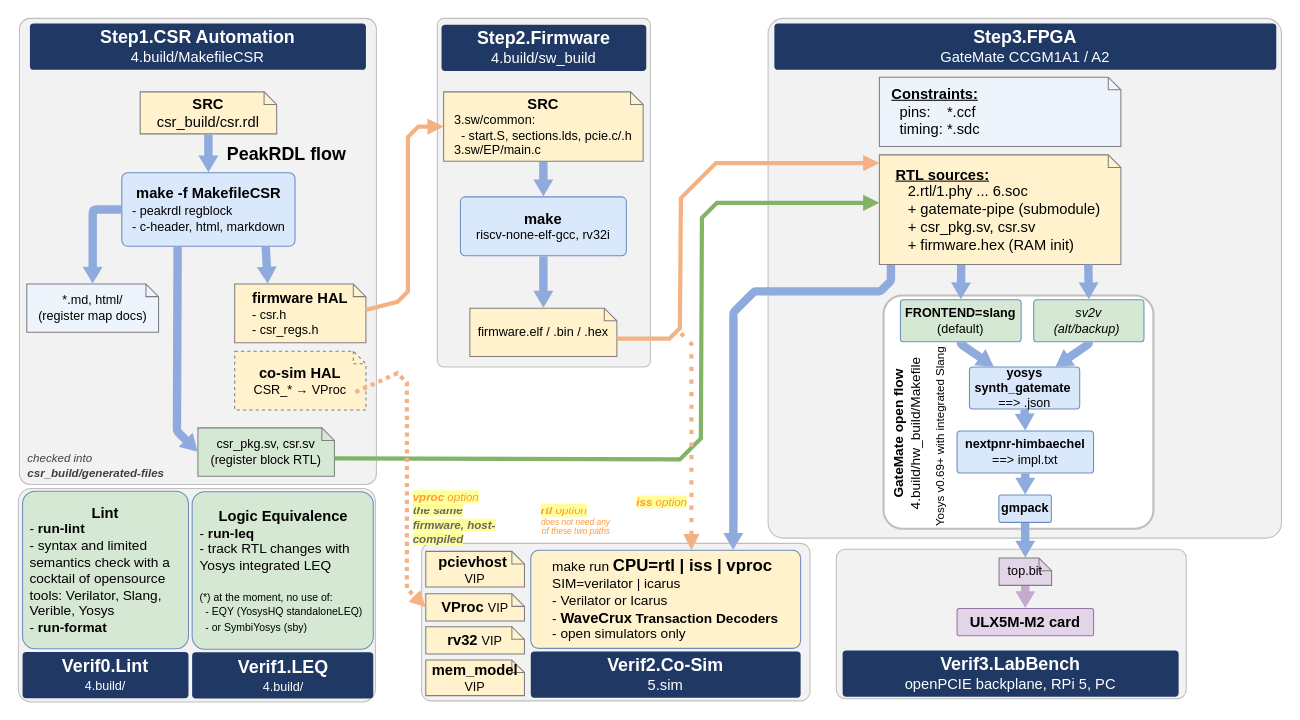
This is 0.doc/4.build/build-flow.drawio from chili-chips-ba/openCologne-PCIE, a draw.io file, before an edit. Source tidied: cells renumbered, new cells numbered last; positions are measured from the earlier drawing's top-left corner, leaving out a move shared by most shapes. Both pictures are drawn from the tidied source at 105%, with x=0, y=0 at pixel (18, 18).
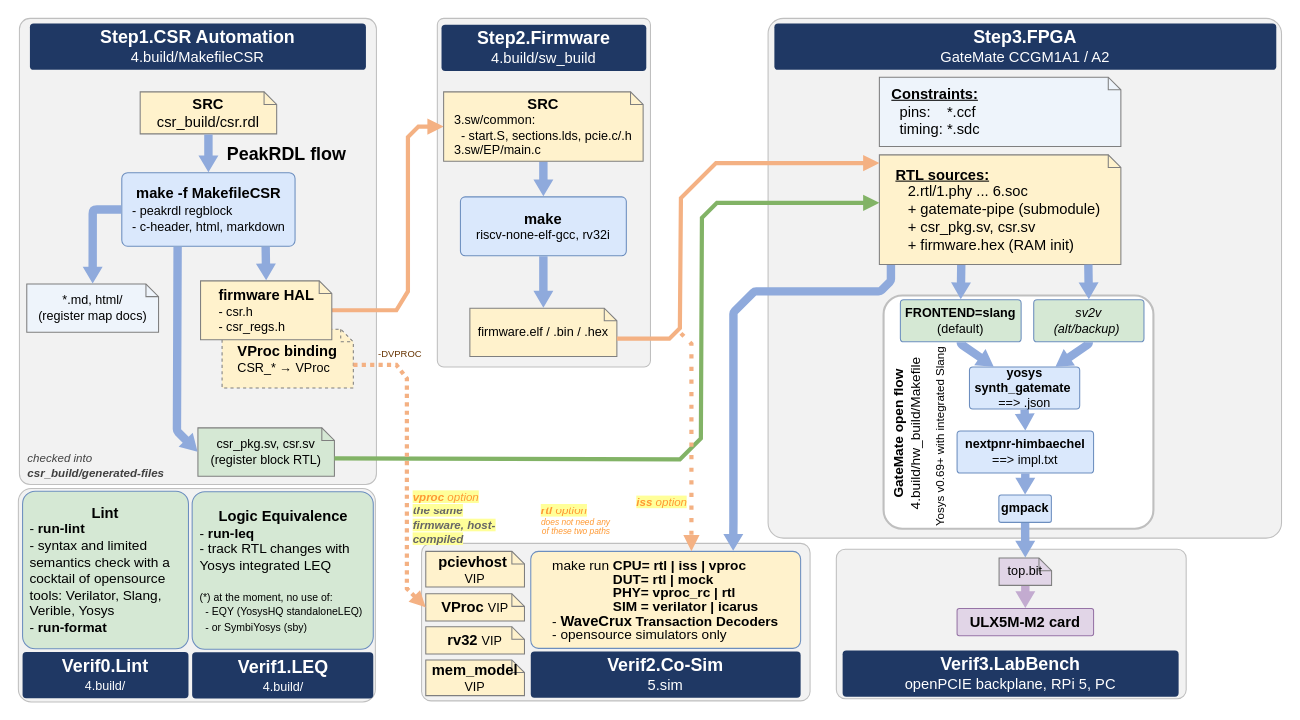
The same diagram, later.

Commit message (it also covers changes not shown here):
build flow updates, to pickup goodies from openPCIE

Unchanged cells that the change refers to:
```xml
<mxCell id="7" value="&lt;font style=&quot;font-size: 14px;&quot;&gt;&lt;b style=&quot;&quot;&gt;make -f MakefileCSR&lt;/b&gt;&lt;br&gt;&lt;div style=&quot;text-align: left;&quot;&gt;&lt;span style=&quot;background-color: transparent; color: light-dark(rgb(0, 0, 0), rgb(237, 237, 237)); font-size: 12px;&quot;&gt;- peakrdl regblock&lt;/span&gt;&lt;/div&gt;&lt;/font&gt;&lt;div&gt;&lt;div style=&quot;text-align: left;&quot;&gt;&lt;span style=&quot;background-color: transparent; color: light-dark(rgb(0, 0, 0), rgb(237, 237, 237));&quot;&gt;- c-header, html, markdown&lt;/span&gt;&lt;/div&gt;&lt;/div&gt;" style="rounded=1;whiteSpace=wrap;html=1;arcSize=8;fillColor=#dae8fc;strokeColor=#6c8ebf;fontColor=#000000;fontSize=12;fontStyle=0;align=center;verticalAlign=middle;spacingLeft=6;spacingRight=6;points=[[0,0,1,0,0],[0,0.25,1,0,0],[0,0.5,1,0,0],[0,0.75,1,0,0],[0,1,1,0,0],[0.193939,1,0,0,0],[0.25,0,1,0,0],[0.322222,1,0,0,0],[0.5,0,1,0,0],[0.75,0,1,0,0],[0.830303,1,0,0,0],[1,0,1,0,0],[1,0.25,1,0,0],[1,0.5,1,0,0],[1,0.75,1,0,0],[1,1,1,0,0]];" parent="1" vertex="1">
  <mxGeometry x="98.5" y="147" width="165" height="70" as="geometry" />
</mxCell>
<mxCell id="48" value="&lt;div&gt;&lt;b style=&quot;font-size: 14px;&quot;&gt;SRC&lt;/b&gt;&lt;/div&gt;&lt;div style=&quot;text-align: left;&quot;&gt;&lt;span style=&quot;background-color: transparent; color: light-dark(rgb(0, 0, 0), rgb(237, 237, 237));&quot;&gt;3.sw/common:&lt;/span&gt;&lt;/div&gt;&lt;div&gt;&lt;div style=&quot;text-align: left;&quot;&gt;&lt;span style=&quot;background-color: transparent; color: light-dark(rgb(0, 0, 0), rgb(237, 237, 237));&quot;&gt;&amp;nbsp; - start.S, sections.lds, pcie.c/.h&lt;/span&gt;&lt;/div&gt;&lt;div style=&quot;text-align: left;&quot;&gt;&lt;span style=&quot;background-color: transparent; color: light-dark(rgb(0, 0, 0), rgb(237, 237, 237));&quot;&gt;3.sw/EP/main.c&lt;/span&gt;&lt;/div&gt;&lt;/div&gt;" style="rounded=0;whiteSpace=wrap;html=1;arcSize=8;fillColor=#fff2cc;strokeColor=#7f7f7f;fontColor=#000000;fontSize=12;fontStyle=0;align=center;verticalAlign=middle;spacingLeft=6;spacingRight=6;shape=note;size=12;" parent="1" vertex="1">
  <mxGeometry x="405" y="70" width="190" height="66" as="geometry" />
</mxCell>
<mxCell id="56" value="&lt;b&gt;&lt;font style=&quot;font-size: 14px;&quot;&gt;VProc&amp;nbsp;&lt;/font&gt;&lt;/b&gt;VIP" style="rounded=0;whiteSpace=wrap;html=1;arcSize=8;fillColor=#fff2cc;strokeColor=#7f7f7f;fontColor=#000000;fontSize=12;fontStyle=0;align=center;verticalAlign=middle;spacingLeft=6;spacingRight=6;shape=note;size=12;" parent="1" vertex="1">
  <mxGeometry x="388" y="548" width="94" height="26" as="geometry" />
</mxCell>
```

Change to the diagram source:
```diff
@@
-    <mxCell id="10" value="&lt;div&gt;&lt;b style=&quot;background-color: transparent; color: light-dark(rgb(0, 0, 0), rgb(237, 237, 237));&quot;&gt;&lt;font style=&quot;font-size: 14px;&quot;&gt;firmware HAL&lt;/font&gt;&lt;/b&gt;&lt;/div&gt;&lt;div style=&quot;text-align: left;&quot;&gt;&lt;span style=&quot;background-color: transparent; color: light-dark(rgb(0, 0, 0), rgb(237, 237, 237));&quot;&gt;- csr.h&lt;/span&gt;&lt;/div&gt;&lt;div style=&quot;text-align: left;&quot;&gt;&lt;span style=&quot;background-color: transparent; color: light-dark(rgb(0, 0, 0), rgb(237, 237, 237));&quot;&gt;- csr_regs.h&lt;/span&gt;&lt;/div&gt;" style="rounded=0;whiteSpace=wrap;html=1;arcSize=8;fillColor=#fff2cc;strokeColor=#7f7f7f;fontColor=#000000;fontSize=12;fontStyle=0;align=center;verticalAlign=middle;spacingLeft=6;spacingRight=6;shape=note;size=12;points=[[0,0,0,0,0],[0,0,0,103,0],[0,0,0,109,6],[0,0,0,115,12],[0,0.5,0,0,0],[0,1,0,0,0],[0.252174,0,0,0,0],[0.5,0,0,0,0],[0.5,1,0,0,0],[1,0.5,0,0,0],[1,1,0,0,0]];" parent="1" vertex="1">
-      <mxGeometry x="206" y="253" width="125" height="56" as="geometry" />
-    </mxCell>
@@
-    <mxCell id="20" style="html=1;endArrow=block;endSize=5;strokeColor=#f4b183;strokeWidth=4;rounded=0;exitX=0.998;exitY=0.442;exitDx=0;exitDy=0;exitPerimeter=0;entryX=0;entryY=0.5;entryDx=0;entryDy=0;entryPerimeter=0;" parent="1" edge="1" source="10" target="48">
-      <mxGeometry x="-0.36" relative="1" as="geometry">
+    <mxCell id="20" style="html=1;endArrow=block;endSize=5;strokeColor=#f4b183;strokeWidth=4;rounded=0;exitX=1;exitY=0.5;exitDx=0;exitDy=0;exitPerimeter=0;entryX=0;entryY=0.5;entryDx=0;entryDy=0;entryPerimeter=0;" parent="1" edge="1" source="10" target="48">
+      <mxGeometry x="-0.33" relative="1" as="geometry">
         <Array as="points">
-          <mxPoint x="361" y="270" />
+          <mxPoint x="360" y="278" />
           <mxPoint x="371" y="260" />
           <mxPoint x="371" y="113" />
           <mxPoint x="381" y="103" />
         </Array>
       </mxGeometry>
     </mxCell>
@@
-    <mxCell id="40" value="&lt;div style=&quot;text-align: left;&quot;&gt;&lt;span style=&quot;background-color: transparent; color: light-dark(rgb(0, 0, 0), rgb(237, 237, 237));&quot;&gt;&lt;font style=&quot;&quot;&gt;&lt;span style=&quot;font-size: 13px;&quot;&gt;make run &lt;/span&gt;&lt;b style=&quot;&quot;&gt;&lt;font style=&quot;font-size: 16px;&quot;&gt;CPU=rtl | iss | vproc&lt;/font&gt;&lt;/b&gt;&lt;/font&gt;&lt;/span&gt;&lt;/div&gt;&lt;div style=&quot;text-align: left;&quot;&gt;&lt;span style=&quot;background-color: transparent; color: light-dark(rgb(0, 0, 0), rgb(237, 237, 237));&quot;&gt;&lt;font style=&quot;font-size: 13px;&quot;&gt;SIM=verilator | icarus&lt;/font&gt;&lt;/span&gt;&lt;/div&gt;&lt;div style=&quot;text-align: left;&quot;&gt;&lt;span style=&quot;font-size: 13px; background-color: transparent; color: light-dark(rgb(0, 0, 0), rgb(237, 237, 237));&quot;&gt;- Verilator or Icarus&lt;/span&gt;&lt;/div&gt;&lt;div style=&quot;text-align: left;&quot;&gt;&lt;span style=&quot;background-color: transparent; color: light-dark(rgb(0, 0, 0), rgb(237, 237, 237));&quot;&gt;&lt;font style=&quot;&quot;&gt;&lt;span style=&quot;font-size: 13px;&quot;&gt;-&amp;nbsp;&lt;/span&gt;&lt;b style=&quot;&quot;&gt;&lt;font style=&quot;font-size: 14px;&quot;&gt;WaveCrux&lt;/font&gt;&lt;span style=&quot;font-size: 13px;&quot;&gt; Transaction Decoders&lt;/span&gt;&lt;/b&gt;&lt;/font&gt;&lt;/span&gt;&lt;/div&gt;&lt;div style=&quot;text-align: left;&quot;&gt;&lt;span style=&quot;font-size: 13px;&quot;&gt;- open simulators only&lt;/span&gt;&lt;/div&gt;" style="rounded=1;whiteSpace=wrap;html=1;arcSize=8;fillColor=#fff2cc;strokeColor=#6c8ebf;fontColor=#000000;fontSize=12;fontStyle=0;align=center;verticalAlign=middle;spacingLeft=6;spacingRight=6;points=[[0,0,1,0,0],[0,0.25,1,0,0],[0,0.5,1,0,0],[0,0.75,1,0,0],[0,1,1,0,0],[0.217899,0,0,0,0],[0.25,1,1,0,0],[0.5,1,1,0,0],[0.595331,0,0,0,0],[0.75,0,1,0,0],[0.75,1,1,0,0],[1,0,1,0,0],[1,0.25,1,0,0],[1,0.5,1,0,0],[1,0.75,1,0,0],[1,1,1,0,0]];" parent="1" vertex="1">
-      <mxGeometry x="488" y="506.6" width="257" height="93.4" as="geometry" />
+    <mxCell id="40" value="&lt;div style=&quot;line-height: 100%;&quot;&gt;&lt;div style=&quot;text-align: left;&quot;&gt;&lt;span style=&quot;background-color: transparent; color: light-dark(rgb(0, 0, 0), rgb(237, 237, 237));&quot;&gt;&lt;font&gt;&lt;span style=&quot;font-size: 13px; line-height: 100%;&quot;&gt;make run &lt;/span&gt;&lt;b&gt;&lt;font style=&quot;font-size: 13px; line-height: 100%;&quot;&gt;CPU= rtl | iss | vproc&lt;/font&gt;&lt;/b&gt;&lt;/font&gt;&lt;/span&gt;&lt;/div&gt;&lt;div style=&quot;text-align: left;&quot;&gt;&lt;span style=&quot;background-color: transparent; color: light-dark(rgb(0, 0, 0), rgb(237, 237, 237));&quot;&gt;&lt;font style=&quot;font-size: 13px; line-height: 100%;&quot;&gt;&lt;b&gt;&amp;nbsp; &amp;nbsp; &amp;nbsp; &amp;nbsp; &amp;nbsp; &amp;nbsp; &amp;nbsp; &amp;nbsp; DUT= rtl | mock&lt;/b&gt;&lt;/font&gt;&lt;/span&gt;&lt;/div&gt;&lt;div style=&quot;text-align: left;&quot;&gt;&lt;span style=&quot;background-color: transparent; color: light-dark(rgb(0, 0, 0), rgb(237, 237, 237));&quot;&gt;&lt;font style=&quot;font-size: 13px; line-height: 100%;&quot;&gt;&lt;b&gt;&amp;nbsp; &amp;nbsp; &amp;nbsp; &amp;nbsp; &amp;nbsp; &amp;nbsp; &amp;nbsp; &amp;nbsp; PHY= vproc_rc | rtl&lt;/b&gt;&lt;/font&gt;&lt;/span&gt;&lt;/div&gt;&lt;div style=&quot;text-align: left;&quot;&gt;&lt;span style=&quot;background-color: transparent; color: light-dark(rgb(0, 0, 0), rgb(237, 237, 237));&quot;&gt;&lt;font style=&quot;font-size: 13px; line-height: 100%;&quot;&gt;&lt;b&gt;&amp;nbsp; &amp;nbsp; &amp;nbsp; &amp;nbsp; &amp;nbsp; &amp;nbsp; &amp;nbsp; &amp;nbsp; SIM = verilator | icarus&lt;/b&gt;&lt;/font&gt;&lt;/span&gt;&lt;/div&gt;&lt;div style=&quot;text-align: left;&quot;&gt;&lt;span style=&quot;background-color: transparent; color: light-dark(rgb(0, 0, 0), rgb(237, 237, 237)); font-size: 13px; line-height: 100%;&quot;&gt;-&amp;nbsp;&lt;/span&gt;&lt;b style=&quot;background-color: transparent; color: light-dark(rgb(0, 0, 0), rgb(237, 237, 237));&quot;&gt;&lt;font style=&quot;font-size: 14px; line-height: 100%;&quot;&gt;WaveCrux&lt;/font&gt;&lt;span style=&quot;font-size: 13px; line-height: 100%;&quot;&gt; Transaction Decoders&lt;/span&gt;&lt;/b&gt;&lt;/div&gt;&lt;div style=&quot;text-align: left;&quot;&gt;&lt;span style=&quot;font-size: 13px; line-height: 100%;&quot;&gt;- opensource simulators only&lt;/span&gt;&lt;/div&gt;&lt;/div&gt;" style="rounded=1;whiteSpace=wrap;html=1;arcSize=8;fillColor=#fff2cc;strokeColor=#6c8ebf;fontColor=#000000;fontSize=12;fontStyle=0;align=center;verticalAlign=middle;spacingLeft=6;spacingRight=6;points=[[0,0,1,0,0],[0,0.25,1,0,0],[0,0.5,1,0,0],[0,0.75,1,0,0],[0,1,1,0,0],[0.217899,0,0,0,0],[0.25,1,1,0,0],[0.5,1,1,0,0],[0.595331,0,0,0,0],[0.75,0,1,0,0],[0.75,1,1,0,0],[1,0,1,0,0],[1,0.25,1,0,0],[1,0.5,1,0,0],[1,0.75,1,0,0],[1,1,1,0,0]];" parent="1" vertex="1">
+      <mxGeometry x="488" y="507.6" width="257" height="92.4" as="geometry" />
     </mxCell>
@@
-    <mxCell id="45" value="&lt;div&gt;&lt;b&gt;&lt;font style=&quot;font-size: 14px;&quot;&gt;co-sim HAL&lt;/font&gt;&lt;/b&gt;&lt;/div&gt;&lt;div style=&quot;text-align: left;&quot;&gt;CSR_* → VProc&lt;/div&gt;" style="rounded=0;whiteSpace=wrap;html=1;arcSize=8;fillColor=#fff2cc;strokeColor=#7f7f7f;fontColor=#000000;fontSize=12;fontStyle=0;align=center;verticalAlign=middle;spacingLeft=6;spacingRight=6;shape=note;size=12;dashed=1;" parent="1" vertex="1">
-      <mxGeometry x="206" y="317" width="125" height="56" as="geometry" />
+    <mxCell id="45" value="&lt;div&gt;&lt;b&gt;&lt;font style=&quot;font-size: 14px;&quot;&gt;VProc binding&lt;/font&gt;&lt;/b&gt;&lt;/div&gt;&lt;div style=&quot;text-align: left;&quot;&gt;CSR_* → VProc&lt;br&gt;&lt;/div&gt;" style="rounded=0;whiteSpace=wrap;html=1;arcSize=8;fillColor=#fff2cc;strokeColor=#7f7f7f;fontColor=#000000;fontSize=12;fontStyle=0;align=center;verticalAlign=middle;spacingLeft=6;spacingRight=6;shape=note;size=12;dashed=1;" parent="1" vertex="1">
+      <mxGeometry x="194" y="296" width="125" height="56" as="geometry" />
     </mxCell>
@@
-    <mxCell id="65" style="shape=flexArrow;html=1;endArrow=block;endSize=5;startArrow=none;startSize=5;width=8;endWidth=10;startWidth=10;fillColor=#8faadc;strokeColor=none;fontColor=#ffffff;fontSize=13;fontStyle=1;exitX=0.830303;exitY=1;exitDx=0;exitDy=0;exitPerimeter=0;entryX=0.252174;entryY=0;entryDx=0;entryDy=0;entryPerimeter=0;" parent="1" edge="1" source="7" target="10">
+    <mxCell id="65" style="shape=flexArrow;html=1;endArrow=block;endSize=5;startArrow=none;startSize=5;width=8;endWidth=10;startWidth=10;fillColor=#8faadc;strokeColor=none;fontColor=#ffffff;fontSize=13;fontStyle=1;exitX=0.830303;exitY=1;exitDx=0;exitDy=0;exitPerimeter=0;entryX=0.5;entryY=0;entryDx=0;entryDy=0;entryPerimeter=0;" parent="1" edge="1" source="7" target="10">
       <mxGeometry relative="1" as="geometry" />
     </mxCell>
@@
-    <mxCell id="68" style="html=1;endArrow=block;endSize=5;strokeColor=#f4b183;strokeWidth=4;rounded=0;entryX=0;entryY=0.5;entryDx=0;entryDy=0;entryPerimeter=0;exitX=0;exitY=0;exitDx=115;exitDy=39;exitPerimeter=0;dashed=1;dashPattern=1 1;" parent="1" edge="1" source="45" target="56">
-      <mxGeometry x="-0.36" relative="1" as="geometry">
+    <mxCell id="68" style="html=1;endArrow=block;endSize=5;strokeColor=#f4b183;strokeWidth=4;rounded=0;entryX=0;entryY=0.5;entryDx=0;entryDy=0;entryPerimeter=0;exitX=0;exitY=0;exitDx=125;exitDy=34;exitPerimeter=0;dashed=1;dashPattern=1 1;" parent="1" edge="1" source="45" target="56">
+      <mxGeometry x="-0.49" relative="1" as="geometry">
         <Array as="points">
-          <mxPoint x="361" y="338" />
-          <mxPoint x="370" y="347" />
+          <mxPoint x="360" y="330" />
+          <mxPoint x="370" y="343" />
           <mxPoint x="370" y="543" />
         </Array>
       </mxGeometry>
     </mxCell>
+    <mxCell id="10" value="&lt;div&gt;&lt;b style=&quot;background-color: transparent; color: light-dark(rgb(0, 0, 0), rgb(237, 237, 237));&quot;&gt;&lt;font style=&quot;font-size: 14px;&quot;&gt;firmware HAL&lt;/font&gt;&lt;/b&gt;&lt;/div&gt;&lt;div style=&quot;text-align: left;&quot;&gt;&lt;span style=&quot;background-color: transparent; color: light-dark(rgb(0, 0, 0), rgb(237, 237, 237));&quot;&gt;- csr.h&lt;/span&gt;&lt;/div&gt;&lt;div style=&quot;text-align: left;&quot;&gt;&lt;span style=&quot;background-color: transparent; color: light-dark(rgb(0, 0, 0), rgb(237, 237, 237));&quot;&gt;- csr_regs.h&lt;/span&gt;&lt;/div&gt;" style="rounded=0;whiteSpace=wrap;html=1;arcSize=8;fillColor=#fff2cc;strokeColor=#7f7f7f;fontColor=#000000;fontSize=12;fontStyle=0;align=center;verticalAlign=middle;spacingLeft=6;spacingRight=6;shape=note;size=12;points=[[0,0,0,0,0],[0,0,0,103,0],[0,0,0,109,6],[0,0,0,115,12],[0,0.5,0,0,0],[0,1,0,0,0],[0.252174,0,0,0,0],[0.5,0,0,0,0],[0.5,1,0,0,0],[1,0.5,0,0,0],[1,1,0,0,0]];" parent="1" vertex="1">
+      <mxGeometry x="173.5" y="250" width="125" height="56" as="geometry" />
+    </mxCell>
+    <mxCell id="69" value="-DVPROC" style="text;whiteSpace=wrap;fontSize=9;fontColor=#663300;" parent="1" vertex="1">
+      <mxGeometry x="341" y="308" width="50" height="16" as="geometry" />
+    </mxCell>
```
